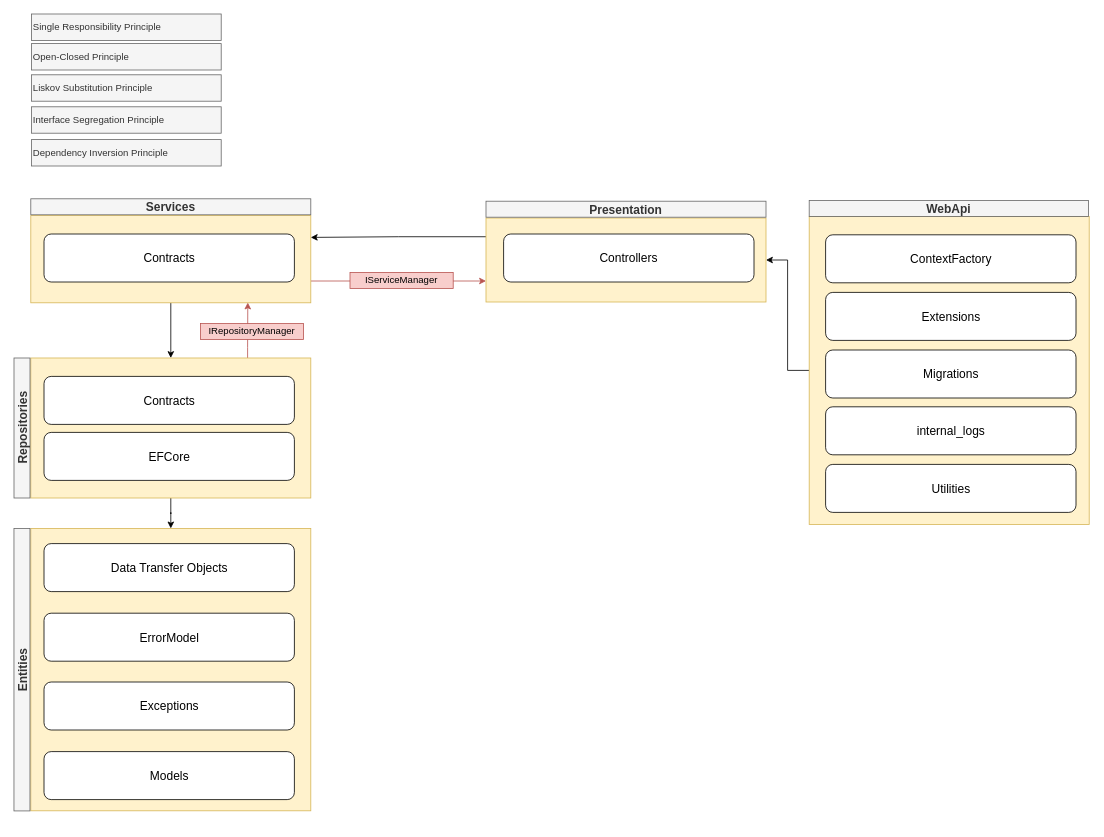
Before: drawing.drawio in TopGuru777/BTK-Akademi-ASPNET-Core-Web-Api, a draw.io diagram. Source tidied: cells renumbered, new cells numbered last; positions are measured from the earlier drawing's top-left corner, leaving out a move shared by most shapes. Both pictures are drawn from the tidied source at 80%, with x=0, y=0 at pixel (-120, 14).
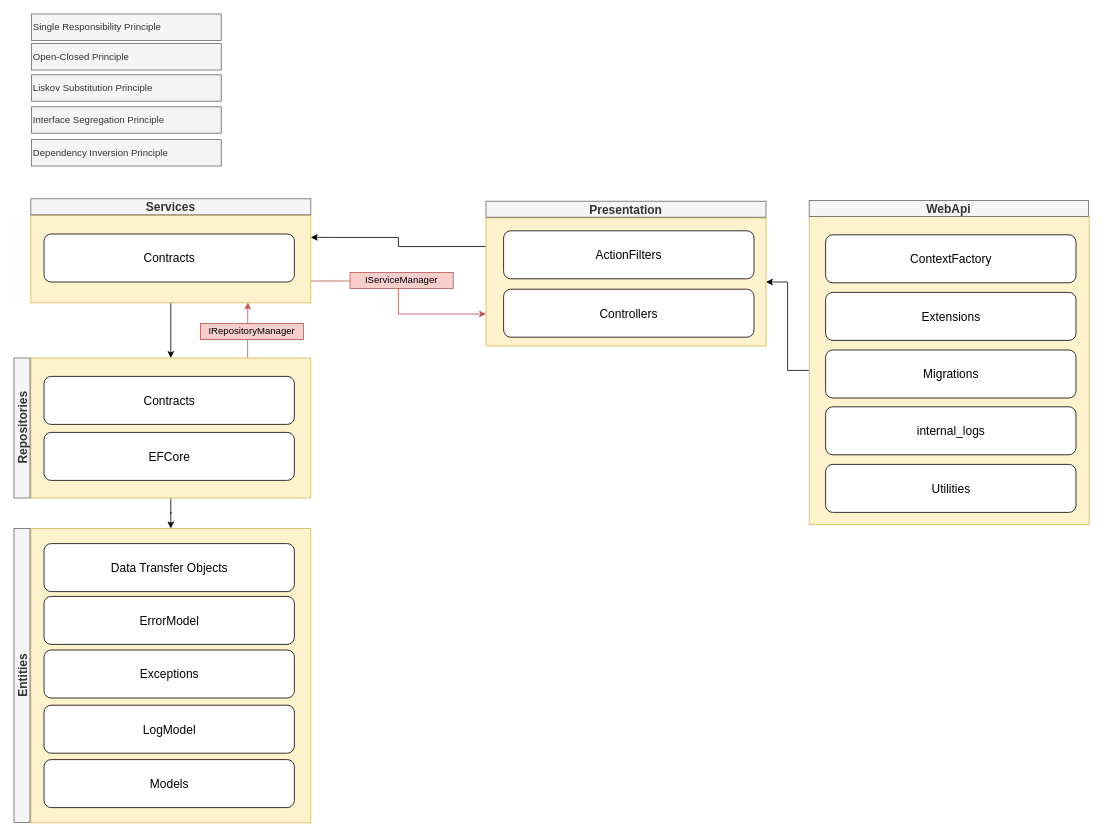
The same page after the edit.

Change to the diagram source:
```diff
@@
     <mxCell id="5" style="rounded=1;whiteSpace=wrap;html=1;fillColor=#fff2cc;strokeColor=#d6b656;arcSize=0;" parent="1" vertex="1">
-      <mxGeometry x="188" y="643" width="350" height="353" as="geometry" />
+      <mxGeometry x="188" y="643" width="350" height="368" as="geometry" />
     </mxCell>
     <mxCell id="6" value="ErrorModel" style="rounded=1;whiteSpace=wrap;html=1;fontSize=15;" parent="1" vertex="1">
-      <mxGeometry x="204.5" y="749" width="313" height="60" as="geometry" />
+      <mxGeometry x="204.5" y="728" width="313" height="60" as="geometry" />
     </mxCell>
@@
     <mxCell id="20" style="rounded=1;whiteSpace=wrap;html=1;fillColor=#fff2cc;strokeColor=#d6b656;arcSize=0;" parent="1" vertex="1">
-      <mxGeometry x="757" y="255" width="350" height="105" as="geometry" />
+      <mxGeometry x="757" y="255" width="350" height="160" as="geometry" />
     </mxCell>
     <mxCell id="21" value="Controllers" style="rounded=1;whiteSpace=wrap;html=1;fontSize=15;" parent="1" vertex="1">
-      <mxGeometry x="779" y="275" width="313" height="60" as="geometry" />
+      <mxGeometry x="779" y="344" width="313" height="60" as="geometry" />
     </mxCell>
@@
     <mxCell id="27" value="Entities" style="text;html=1;strokeColor=#666666;fillColor=#f5f5f5;align=center;verticalAlign=middle;whiteSpace=wrap;rounded=0;fontSize=15;fontStyle=1;rotation=-90;fontColor=#333333;" parent="1" vertex="1">
-      <mxGeometry x="0.4" y="809.6" width="353.1" height="20" as="geometry" />
+      <mxGeometry x="-6.8" y="816.8" width="367.6" height="20" as="geometry" />
     </mxCell>
@@
     <mxCell id="35" value="Exceptions" style="rounded=1;whiteSpace=wrap;html=1;fontSize=15;" parent="1" vertex="1">
-      <mxGeometry x="204.5" y="835" width="313" height="60" as="geometry" />
+      <mxGeometry x="204.5" y="795" width="313" height="60" as="geometry" />
     </mxCell>
     <mxCell id="36" value="Models" style="rounded=1;whiteSpace=wrap;html=1;fontSize=15;" parent="1" vertex="1">
-      <mxGeometry x="204.5" y="922" width="313" height="60" as="geometry" />
+      <mxGeometry x="204.5" y="932" width="313" height="60" as="geometry" />
     </mxCell>
@@
+    <mxCell id="39" value="ActionFilters" style="rounded=1;whiteSpace=wrap;html=1;fontSize=15;" parent="1" vertex="1">
+      <mxGeometry x="779" y="271" width="313" height="60" as="geometry" />
+    </mxCell>
+    <mxCell id="40" value="LogModel" style="rounded=1;whiteSpace=wrap;html=1;fontSize=15;" parent="1" vertex="1">
+      <mxGeometry x="204.5" y="864" width="313" height="60" as="geometry" />
+    </mxCell>
```
